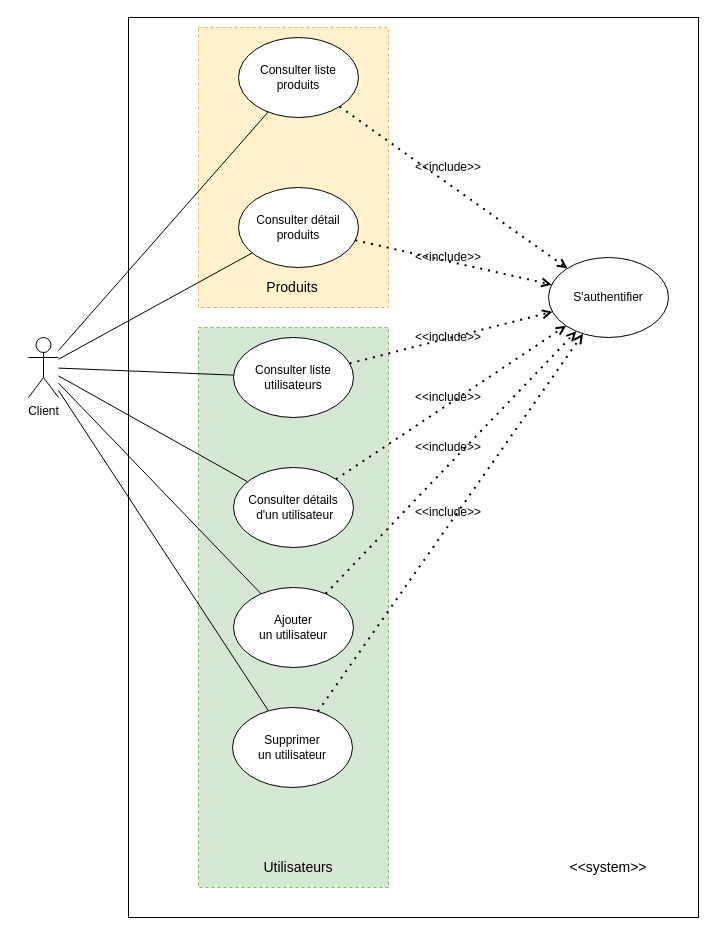
The draw.io diagram Diagrammes/BileMo_global_use_case.drawio in JgPhil/BileMo, before the edit. Source tidied: cells renumbered, new cells numbered last; positions are measured from the earlier drawing's top-left corner, leaving out a move shared by most shapes. Both pictures are drawn from the tidied source at 100%, with x=0, y=0 at pixel (28, 17).
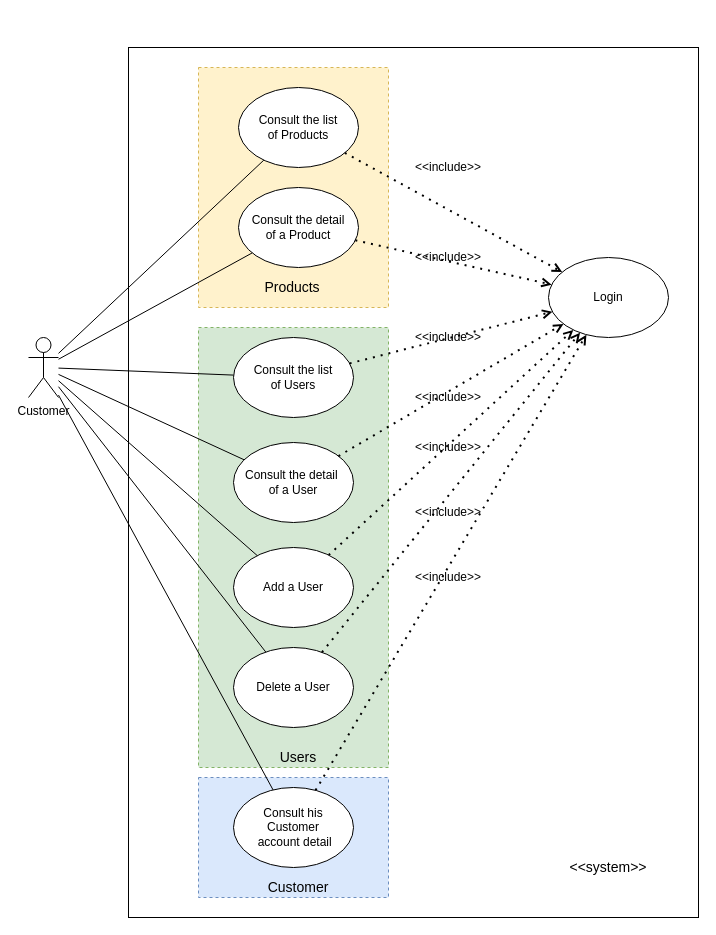
The same diagram, later.

Diff of the diagram source:
```diff
@@
     <mxCell id="2" style="rounded=0;whiteSpace=wrap;html=1;" parent="1" vertex="1">
-      <mxGeometry x="100" width="570" height="900" as="geometry" />
+      <mxGeometry x="100" y="30" width="570" height="870" as="geometry" />
     </mxCell>
     <mxCell id="3" style="rounded=0;whiteSpace=wrap;html=1;dashed=1;fillColor=#d5e8d4;strokeColor=#82b366;" parent="1" vertex="1">
-      <mxGeometry x="170" y="310" width="190" height="560" as="geometry" />
+      <mxGeometry x="170" y="310" width="190" height="440" as="geometry" />
     </mxCell>
     <mxCell id="4" style="rounded=0;whiteSpace=wrap;html=1;dashed=1;fillColor=#fff2cc;strokeColor=#d6b656;" parent="1" vertex="1">
-      <mxGeometry x="170" y="10" width="190" height="280" as="geometry" />
+      <mxGeometry x="170" y="50" width="190" height="240" as="geometry" />
     </mxCell>
-    <mxCell id="5" value="Client" style="shape=umlActor;verticalLabelPosition=bottom;verticalAlign=top;html=1;outlineConnect=0;" parent="1" vertex="1">
+    <mxCell id="5" value="Customer" style="shape=umlActor;verticalLabelPosition=bottom;verticalAlign=top;html=1;outlineConnect=0;" parent="1" vertex="1">
       <mxGeometry y="320" width="30" height="60" as="geometry" />
     </mxCell>
-    <mxCell id="6" value="Consulter liste produits" style="ellipse;whiteSpace=wrap;html=1;" parent="1" vertex="1">
-      <mxGeometry x="210" y="20" width="120" height="80" as="geometry" />
+    <mxCell id="6" value="Consult the list&lt;br&gt;of Products" style="ellipse;whiteSpace=wrap;html=1;" parent="1" vertex="1">
+      <mxGeometry x="210" y="70" width="120" height="80" as="geometry" />
     </mxCell>
-    <mxCell id="7" value="Consulter détail produits" style="ellipse;whiteSpace=wrap;html=1;" parent="1" vertex="1">
+    <mxCell id="7" value="Consult the detail &lt;br&gt;of a Product" style="ellipse;whiteSpace=wrap;html=1;" parent="1" vertex="1">
       <mxGeometry x="210" y="170" width="120" height="80" as="geometry" />
     </mxCell>
-    <mxCell id="8" value="Consulter liste utilisateurs" style="ellipse;whiteSpace=wrap;html=1;" parent="1" vertex="1">
+    <mxCell id="8" value="Consult the list&lt;br&gt;of Users" style="ellipse;whiteSpace=wrap;html=1;" parent="1" vertex="1">
       <mxGeometry x="205" y="320" width="120" height="80" as="geometry" />
     </mxCell>
-    <mxCell id="9" value="Consulter détails&lt;br&gt;&amp;nbsp;d'un utilisateur" style="ellipse;whiteSpace=wrap;html=1;" parent="1" vertex="1">
-      <mxGeometry x="205" y="450" width="120" height="80" as="geometry" />
+    <mxCell id="9" value="Consult the detail&amp;nbsp;&lt;br&gt;of a User" style="ellipse;whiteSpace=wrap;html=1;" parent="1" vertex="1">
+      <mxGeometry x="205" y="425" width="120" height="80" as="geometry" />
     </mxCell>
-    <mxCell id="10" value="S'authentifier" style="ellipse;whiteSpace=wrap;html=1;" parent="1" vertex="1">
+    <mxCell id="10" value="Login" style="ellipse;whiteSpace=wrap;html=1;" parent="1" vertex="1">
       <mxGeometry x="520" y="240" width="120" height="80" as="geometry" />
     </mxCell>
@@
-    <mxCell id="23" value="Produits" style="text;html=1;strokeColor=none;fillColor=none;align=center;verticalAlign=middle;whiteSpace=wrap;rounded=0;dashed=1;fontSize=14;" parent="1" vertex="1">
+    <mxCell id="23" value="Products" style="text;html=1;strokeColor=none;fillColor=none;align=center;verticalAlign=middle;whiteSpace=wrap;rounded=0;dashed=1;fontSize=14;" parent="1" vertex="1">
       <mxGeometry x="244" y="260" width="40" height="20" as="geometry" />
     </mxCell>
-    <mxCell id="24" value="Utilisateurs" style="text;html=1;strokeColor=none;fillColor=none;align=center;verticalAlign=middle;whiteSpace=wrap;rounded=0;dashed=1;fontSize=14;" parent="1" vertex="1">
-      <mxGeometry x="230" y="840" width="80" height="20" as="geometry" />
+    <mxCell id="24" value="Users" style="text;html=1;strokeColor=none;fillColor=none;align=center;verticalAlign=middle;whiteSpace=wrap;rounded=0;dashed=1;fontSize=14;" parent="1" vertex="1">
+      <mxGeometry x="230" y="730" width="80" height="20" as="geometry" />
     </mxCell>
-    <mxCell id="25" value="Ajouter&lt;br&gt;un utilisateur" style="ellipse;whiteSpace=wrap;html=1;" parent="1" vertex="1">
-      <mxGeometry x="205" y="570" width="120" height="80" as="geometry" />
+    <mxCell id="25" value="Add a User" style="ellipse;whiteSpace=wrap;html=1;" parent="1" vertex="1">
+      <mxGeometry x="205" y="530" width="120" height="80" as="geometry" />
     </mxCell>
@@
-    <mxCell id="29" value="Supprimer&lt;br&gt;un utilisateur" style="ellipse;whiteSpace=wrap;html=1;" parent="1" vertex="1">
-      <mxGeometry x="204" y="690" width="120" height="80" as="geometry" />
+    <mxCell id="29" value="Delete a User" style="ellipse;whiteSpace=wrap;html=1;" parent="1" vertex="1">
+      <mxGeometry x="205" y="630" width="120" height="80" as="geometry" />
     </mxCell>
@@
+    <mxCell id="34" style="rounded=0;whiteSpace=wrap;html=1;dashed=1;strokeColor=#6c8ebf;fillColor=#dae8fc;" parent="1" vertex="1">
+      <mxGeometry x="170" y="760" width="190" height="120" as="geometry" />
+    </mxCell>
+    <mxCell id="35" value="Consult his&lt;br&gt;Customer&lt;br&gt;&amp;nbsp;account detail" style="ellipse;whiteSpace=wrap;html=1;" parent="1" vertex="1">
+      <mxGeometry x="205" y="770" width="120" height="80" as="geometry" />
+    </mxCell>
+    <mxCell id="36" style="endArrow=none;html=1;" parent="1" edge="1" source="5" target="35">
+      <mxGeometry relative="1" as="geometry" />
+    </mxCell>
+    <mxCell id="37" style="endArrow=open;dashed=1;html=1;dashPattern=1 3;strokeWidth=2;startArrow=none;startFill=0;endFill=0;" parent="1" edge="1" source="35" target="10">
+      <mxGeometry relative="1" as="geometry" />
+    </mxCell>
+    <mxCell id="38" value="&amp;lt;&amp;lt;include&amp;gt;&amp;gt;" style="text;html=1;strokeColor=none;fillColor=none;align=center;verticalAlign=middle;whiteSpace=wrap;rounded=0;" parent="1" vertex="1">
+      <mxGeometry x="400" y="550" width="40" height="20" as="geometry" />
+    </mxCell>
+    <mxCell id="39" value="Customer" style="text;html=1;strokeColor=none;fillColor=none;align=center;verticalAlign=middle;whiteSpace=wrap;rounded=0;dashed=1;fontSize=14;" parent="1" vertex="1">
+      <mxGeometry x="230" y="860" width="80" height="20" as="geometry" />
+    </mxCell>
```
